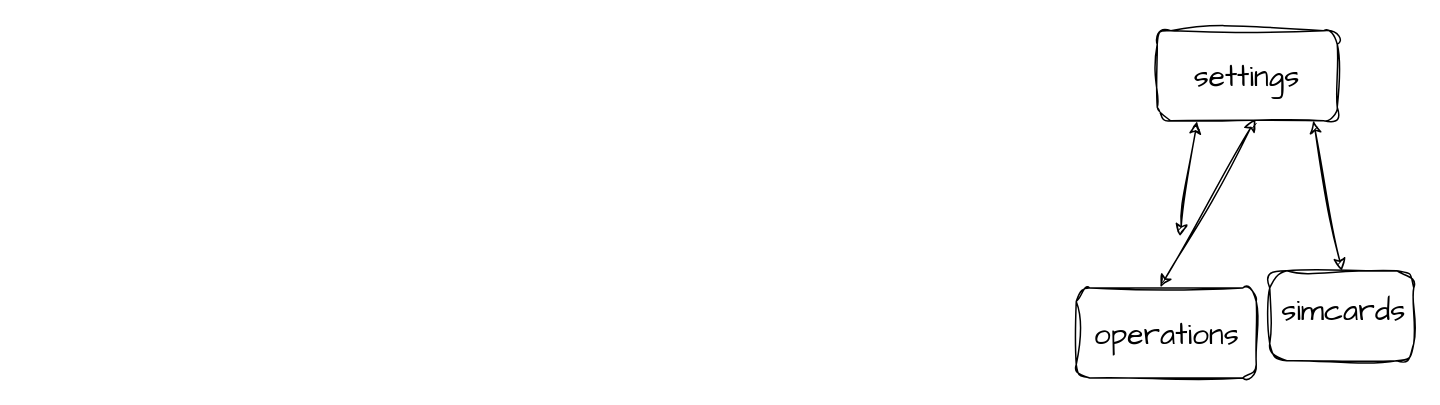
The draw.io diagram system.drawio in omaaro7/tbark, before the edit. Source tidied: cells renumbered, new cells numbered last; positions are measured from the earlier drawing's top-left corner, leaving out a move shared by most shapes. Both pictures are drawn from the tidied source at 150%, with x=0, y=0 at pixel (1076, 30).
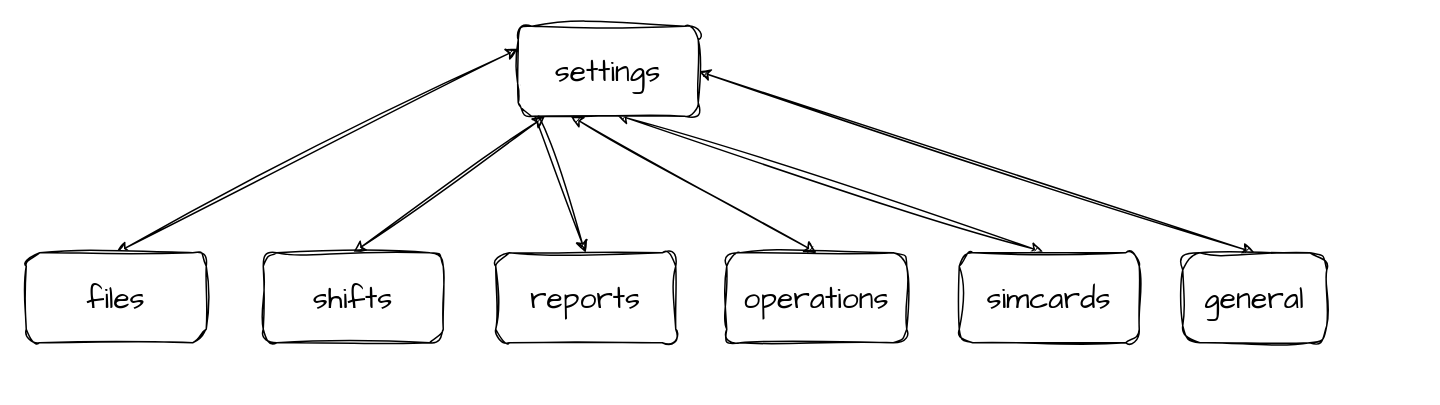
The same diagram, later.

The edit, as a diff of the source:
```diff
@@
 <mxGraphModel>
   <root>
     <mxCell id="0" />
     <mxCell id="1" parent="0" />
-    <mxCell id="2" value="settings" style="rounded=1;whiteSpace=wrap;html=1;sketch=1;hachureGap=4;jiggle=2;curveFitting=1;fontFamily=Architects Daughter;fontSize=20;" parent="1" vertex="1">
-      <mxGeometry x="54" width="120" height="60" as="geometry" />
-    </mxCell>
-    <mxCell id="3" style="endArrow=classic;startArrow=classic;html=1;sketch=1;hachureGap=4;jiggle=2;curveFitting=1;fontFamily=Architects Daughter;fontSize=16;entryX=0.867;entryY=1;entryDx=0;entryDy=0;entryPerimeter=0;exitX=0.5;exitY=0;exitDx=0;exitDy=0;" parent="1" edge="1" source="6" target="2">
+    <mxCell id="3" style="endArrow=classic;startArrow=classic;html=1;sketch=1;hachureGap=4;jiggle=2;curveFitting=1;fontFamily=Architects Daughter;fontSize=16;exitX=0.5;exitY=0;exitDx=0;exitDy=0;entryX=1;entryY=0.5;entryDx=0;entryDy=0;" parent="1" edge="1" source="6" target="2">
       <mxGeometry relative="1" as="geometry" />
     </mxCell>
     <mxCell id="4" style="endArrow=classic;startArrow=classic;html=1;sketch=1;hachureGap=4;jiggle=2;curveFitting=1;fontFamily=Architects Daughter;fontSize=16;entryX=0.546;entryY=0.983;entryDx=0;entryDy=0;entryPerimeter=0;exitX=0.467;exitY=-0.008;exitDx=0;exitDy=0;exitPerimeter=0;" parent="1" edge="1" source="8" target="2">
       <mxGeometry relative="1" as="geometry" />
     </mxCell>
-    <mxCell id="5" style="endArrow=classic;startArrow=classic;html=1;sketch=1;hachureGap=4;jiggle=2;curveFitting=1;fontFamily=Architects Daughter;fontSize=16;entryX=0.221;entryY=1.008;entryDx=0;entryDy=0;entryPerimeter=0;" parent="1" edge="1" target="2">
-      <mxGeometry relative="1" as="geometry">
-        <mxPoint x="69" y="137" as="sourcePoint" />
-      </mxGeometry>
+    <mxCell id="5" style="endArrow=classic;startArrow=classic;html=1;sketch=1;hachureGap=4;jiggle=2;curveFitting=1;fontFamily=Architects Daughter;fontSize=16;exitX=0.292;exitY=1;exitDx=0;exitDy=0;exitPerimeter=0;entryX=0.5;entryY=0;entryDx=0;entryDy=0;" parent="1" edge="1" source="2" target="9">
+      <mxGeometry relative="1" as="geometry" />
     </mxCell>
-    <mxCell id="6" value="&lt;p style=&quot;line-height: 120%;&quot;&gt;&lt;br&gt;&lt;/p&gt;" style="rounded=1;whiteSpace=wrap;html=1;sketch=1;hachureGap=4;jiggle=2;curveFitting=1;fontFamily=Architects Daughter;fontSize=20;arcSize=19;" parent="1" vertex="1">
-      <mxGeometry x="129" y="160" width="96" height="60" as="geometry" />
+    <mxCell id="6" value="&lt;p style=&quot;line-height: 120%;&quot;&gt;general&lt;/p&gt;" style="rounded=1;whiteSpace=wrap;html=1;sketch=1;hachureGap=4;jiggle=2;curveFitting=1;fontFamily=Architects Daughter;fontSize=20;arcSize=19;" parent="1" vertex="1">
+      <mxGeometry x="71" y="148" width="96" height="60" as="geometry" />
     </mxCell>
-    <mxCell id="7" value="simcards" style="text;html=1;strokeColor=none;fillColor=none;align=center;verticalAlign=middle;whiteSpace=wrap;rounded=0;sketch=1;hachureGap=4;jiggle=2;curveFitting=1;fontFamily=Architects Daughter;fontSize=20;" parent="1" vertex="1">
-      <mxGeometry x="132" y="171.5" width="93" height="29" as="geometry" />
-    </mxCell>
-    <mxCell id="8" style="rounded=1;whiteSpace=wrap;html=1;sketch=1;hachureGap=4;jiggle=2;curveFitting=1;fontFamily=Architects Daughter;fontSize=20;" parent="1" vertex="1">
-      <mxGeometry y="171.5" width="120" height="60" as="geometry" />
+    <mxCell id="8" value="simcards" style="rounded=1;whiteSpace=wrap;html=1;sketch=1;hachureGap=4;jiggle=2;curveFitting=1;fontFamily=Architects Daughter;fontSize=20;" parent="1" vertex="1">
+      <mxGeometry x="-78" y="148" width="120" height="60" as="geometry" />
     </mxCell>
-    <mxCell id="9" value="operations" style="text;html=1;strokeColor=none;fillColor=none;align=center;verticalAlign=middle;whiteSpace=wrap;rounded=0;sketch=1;hachureGap=4;jiggle=2;curveFitting=1;fontFamily=Architects Daughter;fontSize=20;" parent="1" vertex="1">
-      <mxGeometry x="13.5" y="187" width="93" height="29" as="geometry" />
+    <mxCell id="9" value="operations" style="rounded=1;whiteSpace=wrap;html=1;sketch=1;hachureGap=4;jiggle=2;curveFitting=1;fontFamily=Architects Daughter;fontSize=20;" parent="1" vertex="1">
+      <mxGeometry x="-233" y="148" width="120" height="60" as="geometry" />
     </mxCell>
+    <mxCell id="10" style="endArrow=classic;startArrow=classic;html=1;sketch=1;hachureGap=4;jiggle=2;curveFitting=1;fontFamily=Architects Daughter;fontSize=16;exitX=0.017;exitY=0.617;exitDx=0;exitDy=0;exitPerimeter=0;entryX=0.5;entryY=0;entryDx=0;entryDy=0;" parent="1" edge="1" source="2" target="11">
+      <mxGeometry relative="1" as="geometry" />
+    </mxCell>
+    <mxCell id="11" value="reports" style="rounded=1;whiteSpace=wrap;html=1;sketch=1;hachureGap=4;jiggle=2;curveFitting=1;fontFamily=Architects Daughter;fontSize=20;" parent="1" vertex="1">
+      <mxGeometry x="-387" y="148" width="120" height="60" as="geometry" />
+    </mxCell>
+    <mxCell id="12" style="endArrow=classic;startArrow=classic;html=1;sketch=1;hachureGap=4;jiggle=2;curveFitting=1;fontFamily=Architects Daughter;fontSize=16;entryX=0.5;entryY=0;entryDx=0;entryDy=0;exitX=0;exitY=0.25;exitDx=0;exitDy=0;" parent="1" edge="1" source="2" target="13">
+      <mxGeometry relative="1" as="geometry" />
+    </mxCell>
+    <mxCell id="13" value="files" style="rounded=1;whiteSpace=wrap;html=1;sketch=1;hachureGap=4;jiggle=2;curveFitting=1;fontFamily=Architects Daughter;fontSize=20;" parent="1" vertex="1">
+      <mxGeometry x="-700" y="148" width="120" height="60" as="geometry" />
+    </mxCell>
+    <mxCell id="14" style="endArrow=classic;startArrow=classic;html=1;sketch=1;hachureGap=4;jiggle=2;curveFitting=1;fontFamily=Architects Daughter;fontSize=16;entryX=0.5;entryY=0;entryDx=0;entryDy=0;" parent="1" edge="1" source="2" target="15">
+      <mxGeometry relative="1" as="geometry" />
+    </mxCell>
+    <mxCell id="15" value="shifts" style="rounded=1;whiteSpace=wrap;html=1;sketch=1;hachureGap=4;jiggle=2;curveFitting=1;fontFamily=Architects Daughter;fontSize=20;" parent="1" vertex="1">
+      <mxGeometry x="-542" y="148" width="120" height="60" as="geometry" />
+    </mxCell>
+    <mxCell id="2" value="settings" style="rounded=1;whiteSpace=wrap;html=1;sketch=1;hachureGap=4;jiggle=2;curveFitting=1;fontFamily=Architects Daughter;fontSize=20;" parent="1" vertex="1">
+      <mxGeometry x="-372" y="-3" width="120" height="60" as="geometry" />
+    </mxCell>
   </root>
 </mxGraphModel>
```
